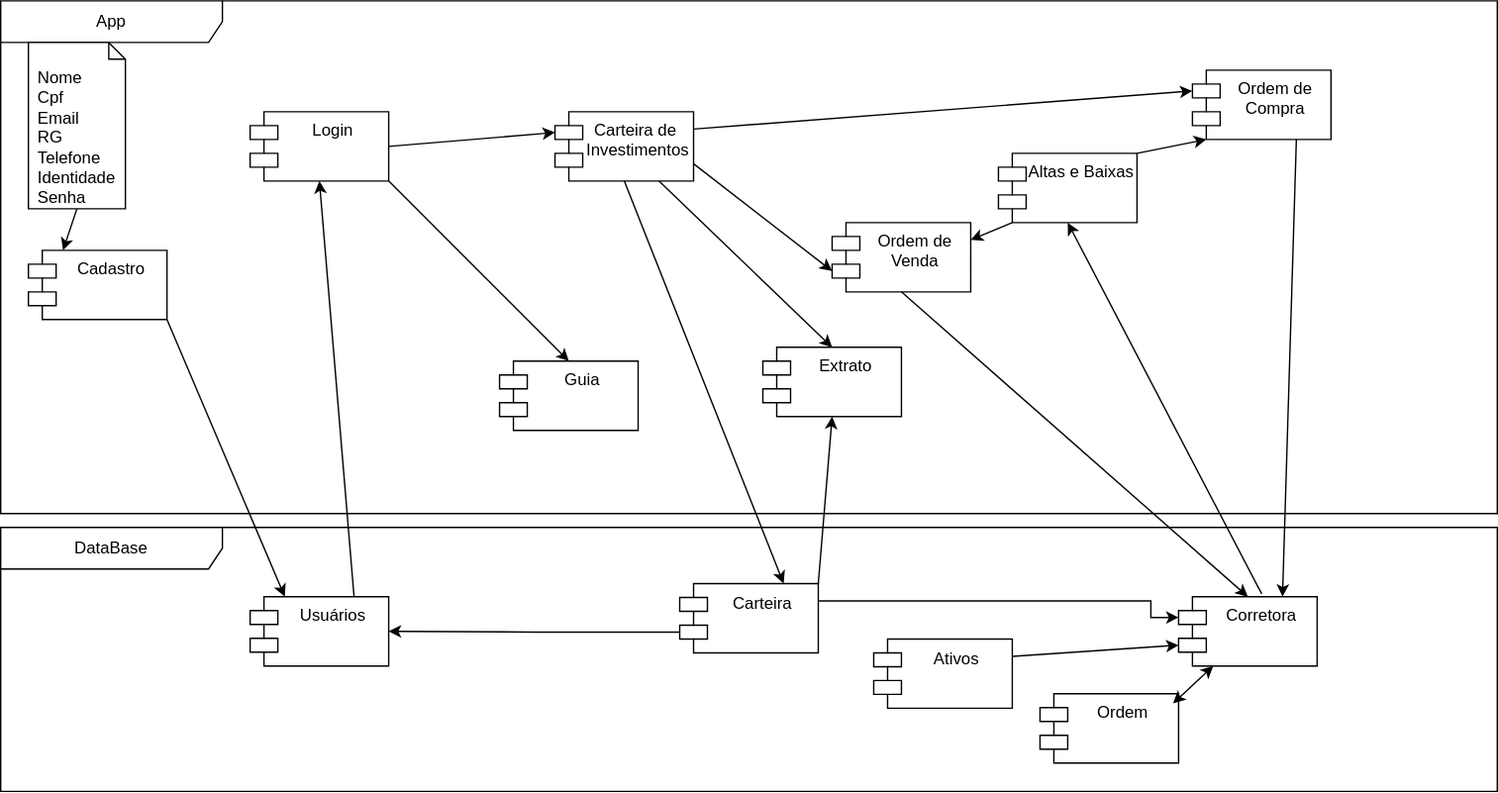
JesCat16/Projeto01_Modelagem_De_Software keeps this draw.io diagram as DiagramaComponetes.svg. Above is the earlier version. Source tidied: cells renumbered, new cells last; positions are measured from the earlier drawing's top-left corner, leaving out a move shared by most shapes.
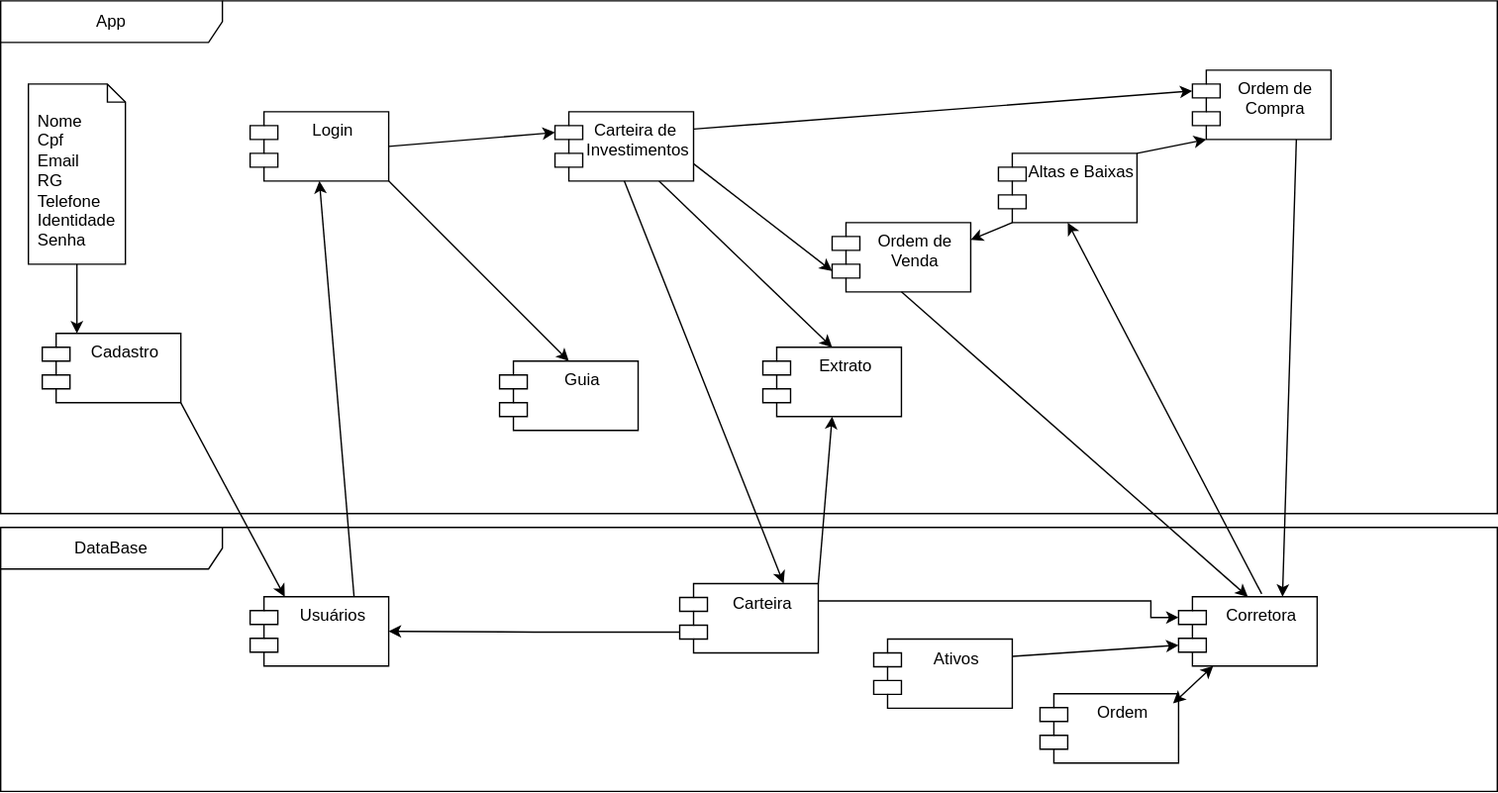
Above is the later version.

Diff of the diagram source:
```diff
@@ -46,13 +46,13 @@
       <mxGeometry x="180" y="80" width="100" height="50" as="geometry" />
     </mxCell>
     <mxCell id="15" value="Cadastro" style="shape=module;align=left;spacingLeft=20;align=center;verticalAlign=top;whiteSpace=wrap;html=1;" parent="12" vertex="1">
-      <mxGeometry x="20" y="180" width="100" height="50" as="geometry" />
+      <mxGeometry x="30" y="240" width="100" height="50" as="geometry" />
     </mxCell>
     <mxCell id="16" style="rounded=0;jettySize=auto;html=1;exitX=0.5;exitY=1;exitDx=0;exitDy=0;exitPerimeter=0;entryX=0.25;entryY=0;entryDx=0;entryDy=0;" parent="12" edge="1" source="17" target="15">
       <mxGeometry relative="1" as="geometry" />
     </mxCell>
-    <mxCell id="17" value="Nome&lt;div&gt;Cpf&lt;/div&gt;&lt;div&gt;Email&lt;/div&gt;&lt;div&gt;RG&lt;/div&gt;&lt;div&gt;Telefone&lt;/div&gt;&lt;div&gt;Identidade&lt;/div&gt;&lt;div&gt;Senha&lt;/div&gt;" style="shape=note2;boundedLbl=1;whiteSpace=wrap;html=1;size=12;verticalAlign=top;align=left;spacingLeft=5;whiteSpace=wrap;" parent="12" vertex="1">
-      <mxGeometry x="20" y="30" width="70" height="120" as="geometry" />
+    <mxCell id="17" value="Nome&lt;div&gt;Cpf&lt;/div&gt;&lt;div&gt;Email&lt;/div&gt;&lt;div&gt;RG&lt;/div&gt;&lt;div&gt;Telefone&lt;/div&gt;&lt;div&gt;Identidade&lt;/div&gt;&lt;div&gt;Senha&lt;/div&gt;" style="shape=note2;boundedLbl=1;whiteSpace=wrap;html=1;size=13;verticalAlign=top;align=left;spacingLeft=5;whiteSpace=wrap;" parent="12" vertex="1">
+      <mxGeometry x="20" y="60" width="70" height="130" as="geometry" />
     </mxCell>
     <mxCell id="18" value="Guia" style="shape=module;align=left;spacingLeft=20;align=center;verticalAlign=top;whiteSpace=wrap;html=1;" parent="12" vertex="1">
       <mxGeometry x="360" y="260" width="100" height="50" as="geometry" />
```
